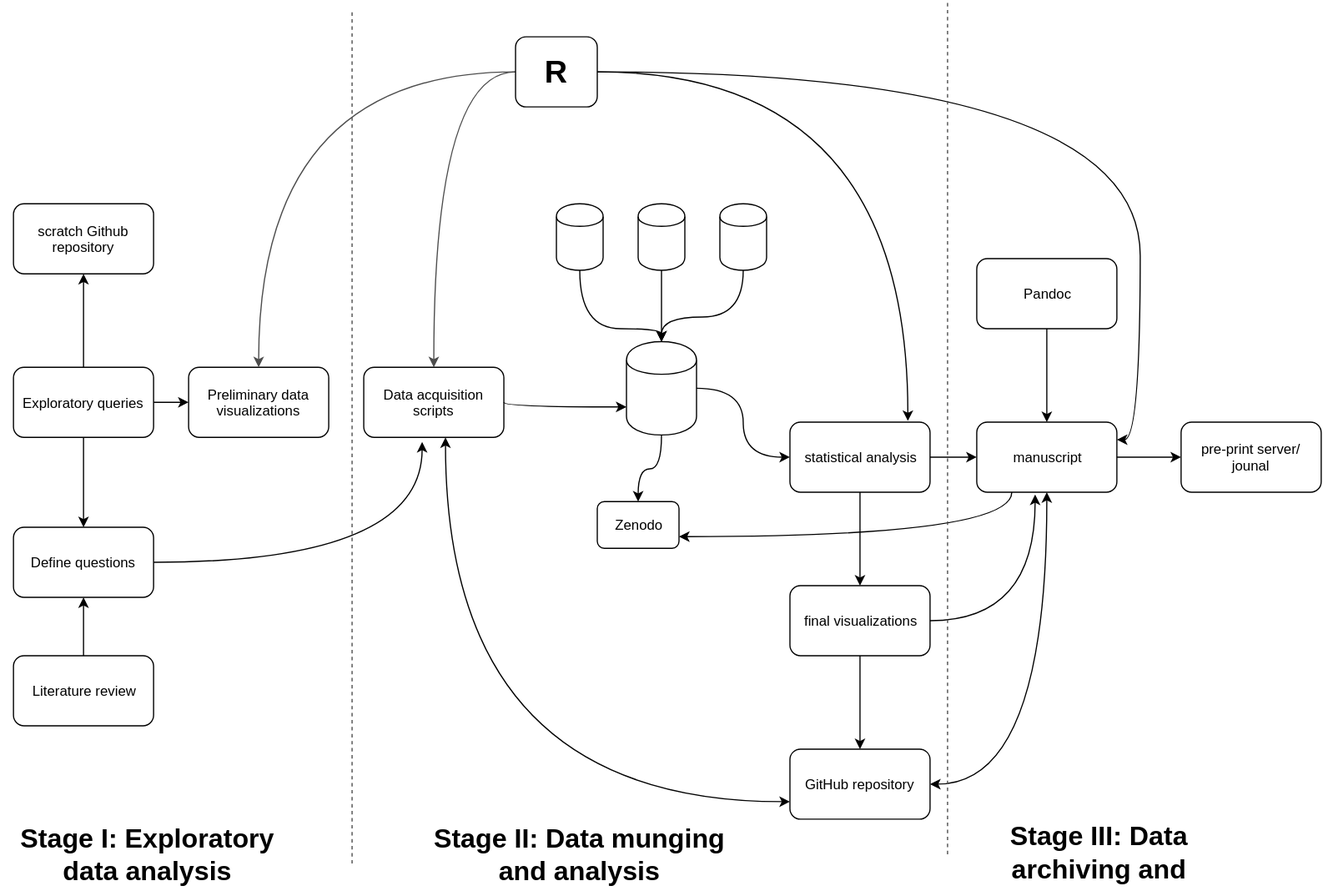
The draw.io diagram case-studies/kram.svg in BIDS/repro-case-studies, before a commit. Source tidied: cells renumbered, new cells last; positions are measured from the earlier drawing's top-left corner, leaving out a move shared by most shapes.
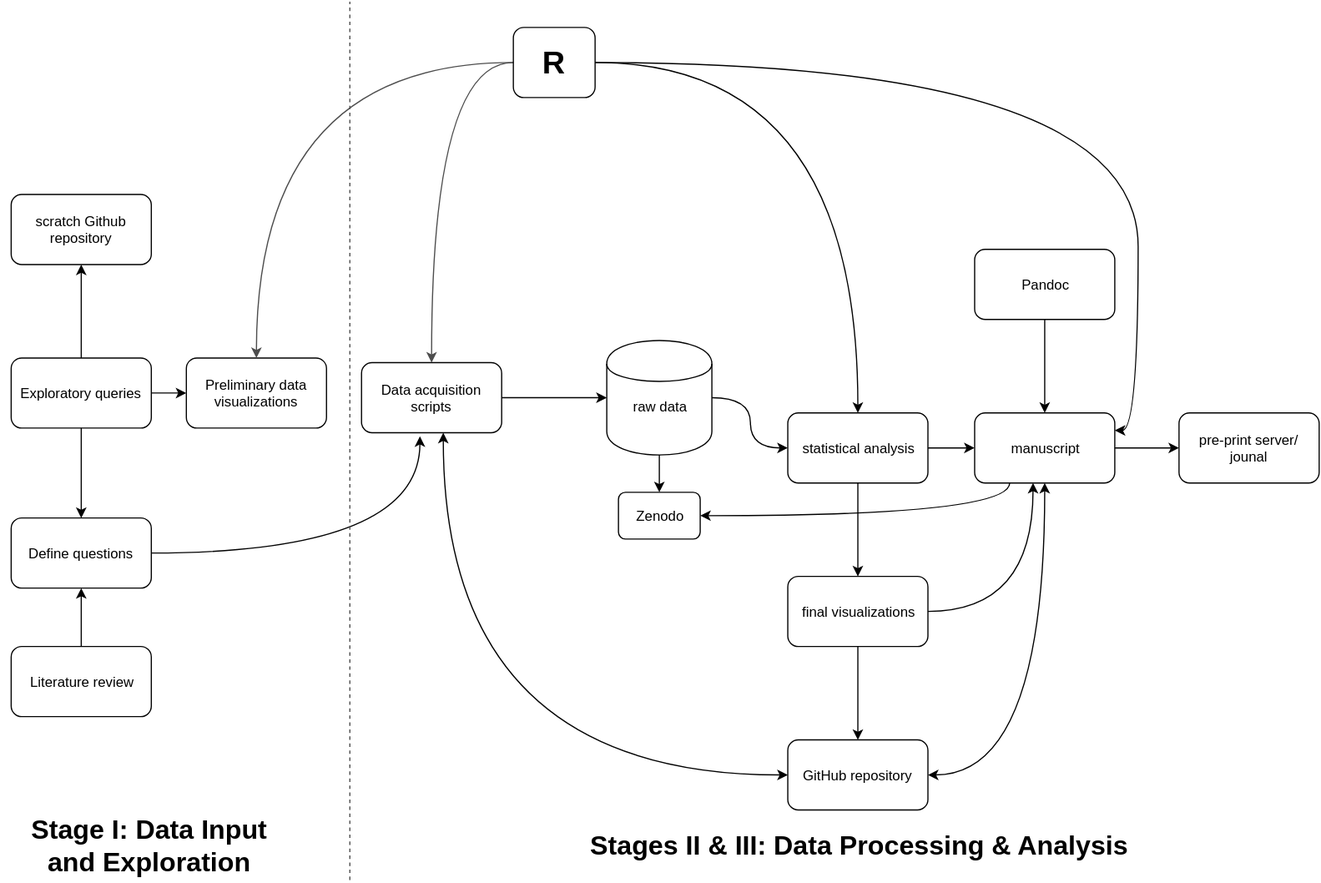
After the commit.

Commit message:
minor tweaks to kram diagram

The edit, as a diff of the source:
```diff
@@ -8,8 +8,10 @@
     <mxCell id="3" value="Literature review" style="rounded=1;whiteSpace=wrap;html=1;fillColor=none;" parent="1" vertex="1">
       <mxGeometry x="10" y="560" width="120" height="60" as="geometry" />
     </mxCell>
-    <mxCell id="4" style="edgeStyle=orthogonalEdgeStyle;curved=1;html=1;entryX=0.417;entryY=1.067;entryPerimeter=0;startArrow=none;startFill=0;jettySize=auto;" parent="1" edge="1" source="5" target="19">
-      <mxGeometry relative="1" as="geometry" />
+    <mxCell id="4" style="edgeStyle=orthogonalEdgeStyle;curved=1;html=1;startArrow=none;startFill=0;jettySize=auto;" parent="1" edge="1" source="5">
+      <mxGeometry relative="1" as="geometry">
+        <mxPoint x="360" y="380" as="targetPoint" />
+      </mxGeometry>
     </mxCell>
     <mxCell id="5" value="Define questions" style="rounded=1;whiteSpace=wrap;html=1;fillColor=none;" parent="1" vertex="1">
       <mxGeometry x="10" y="450" width="120" height="60" as="geometry" />
@@ -32,8 +34,12 @@
     <mxCell id="11" value="scratch Github repository" style="rounded=1;whiteSpace=wrap;html=1;fillColor=none;" parent="1" vertex="1">
       <mxGeometry x="10" y="173" width="120" height="60" as="geometry" />
     </mxCell>
-    <mxCell id="12" style="edgeStyle=orthogonalEdgeStyle;curved=1;html=1;entryX=0.842;entryY=-0.017;entryPerimeter=0;startArrow=none;startFill=0;jettySize=auto;" parent="1" edge="1" source="16" target="31">
-      <mxGeometry relative="1" as="geometry" />
+    <mxCell id="12" style="edgeStyle=orthogonalEdgeStyle;curved=1;html=1;entryX=0.5;entryY=0;startArrow=none;startFill=0;jettySize=auto;" parent="1" edge="1" source="16" target="31">
+      <mxGeometry relative="1" as="geometry">
+        <Array as="points">
+          <mxPoint x="735" y="60" />
+        </Array>
+      </mxGeometry>
     </mxCell>
     <mxCell id="13" style="edgeStyle=orthogonalEdgeStyle;curved=1;html=1;entryX=1;entryY=0.25;startArrow=none;startFill=0;jettySize=auto;" parent="1" edge="1" source="16" target="34">
       <mxGeometry relative="1" as="geometry" />
@@ -47,22 +53,15 @@
     <mxCell id="16" value="&lt;font style=&quot;font-size: 27px&quot;&gt;&lt;b&gt;R&lt;/b&gt;&lt;/font&gt;" style="rounded=1;whiteSpace=wrap;html=1;fillColor=none;" parent="1" vertex="1">
       <mxGeometry x="440" y="30" width="70" height="60" as="geometry" />
     </mxCell>
-    <mxCell id="17" style="edgeStyle=orthogonalEdgeStyle;curved=1;html=1;entryX=0;entryY=0.75;startArrow=classic;startFill=1;jettySize=auto;" parent="1" edge="1" source="19" target="42">
+    <mxCell id="17" style="edgeStyle=orthogonalEdgeStyle;curved=1;html=1;entryX=0;entryY=0.5;startArrow=classic;startFill=1;jettySize=auto;" parent="1" edge="1" source="19" target="42">
       <mxGeometry relative="1" as="geometry">
         <Array as="points">
-          <mxPoint x="380" y="685" />
+          <mxPoint x="380" y="670" />
         </Array>
       </mxGeometry>
     </mxCell>
-    <mxCell id="18" style="edgeStyle=orthogonalEdgeStyle;curved=1;html=1;entryX=0;entryY=0.7;startArrow=none;startFill=0;jettySize=auto;exitX=1;exitY=0.5;" parent="1" edge="1" source="19" target="22">
-      <mxGeometry relative="1" as="geometry">
-        <Array as="points">
-          <mxPoint x="430" y="347" />
-        </Array>
-      </mxGeometry>
-    </mxCell>
     <mxCell id="19" value="Data acquisition scripts" style="rounded=1;whiteSpace=wrap;html=1;fillColor=none;" parent="1" vertex="1">
-      <mxGeometry x="310" y="313" width="120" height="60" as="geometry" />
+      <mxGeometry x="310" y="317" width="120" height="60" as="geometry" />
     </mxCell>
     <mxCell id="20" style="edgeStyle=orthogonalEdgeStyle;curved=1;html=1;jettySize=auto;" parent="1" edge="1" source="22" target="31">
       <mxGeometry relative="1" as="geometry" />
@@ -70,37 +69,9 @@
     <mxCell id="21" style="edgeStyle=orthogonalEdgeStyle;curved=1;html=1;startArrow=none;startFill=0;jettySize=auto;" parent="1" edge="1" source="22" target="43">
       <mxGeometry relative="1" as="geometry" />
     </mxCell>
-    <mxCell id="22" style="shape=cylinder;whiteSpace=wrap;html=1;fillColor=none;" parent="1" vertex="1">
-      <mxGeometry x="535" y="291" width="60" height="80" as="geometry" />
+    <mxCell id="22" value="&lt;div&gt;&lt;br&gt;&lt;/div&gt;raw&amp;nbsp;&lt;span style=&quot;line-height: 1.2&quot;&gt;data&lt;/span&gt;" style="shape=cylinder;whiteSpace=wrap;html=1;fillColor=none;" parent="1" vertex="1">
+      <mxGeometry x="520" y="298" width="90" height="98" as="geometry" />
     </mxCell>
-    <mxCell id="23" style="edgeStyle=orthogonalEdgeStyle;html=1;jettySize=auto;curved=1;exitX=0.5;exitY=1;" parent="1" edge="1" source="24" target="22">
-      <mxGeometry relative="1" as="geometry">
-        <Array as="points">
-          <mxPoint x="495" y="280" />
-          <mxPoint x="565" y="280" />
-        </Array>
-      </mxGeometry>
-    </mxCell>
-    <mxCell id="24" style="shape=cylinder;whiteSpace=wrap;html=1;fillColor=none;" parent="1" vertex="1">
-      <mxGeometry x="475" y="173" width="40" height="57" as="geometry" />
-    </mxCell>
-    <mxCell id="25" style="edgeStyle=orthogonalEdgeStyle;curved=1;html=1;entryX=0.5;entryY=0;jettySize=auto;" parent="1" edge="1" source="26" target="22">
-      <mxGeometry relative="1" as="geometry" />
-    </mxCell>
-    <mxCell id="26" style="shape=cylinder;whiteSpace=wrap;html=1;fillColor=none;" parent="1" vertex="1">
-      <mxGeometry x="545" y="173" width="40" height="57" as="geometry" />
-    </mxCell>
-    <mxCell id="27" style="edgeStyle=orthogonalEdgeStyle;curved=1;html=1;jettySize=auto;exitX=0.5;exitY=1;" parent="1" edge="1" source="28" target="22">
-      <mxGeometry relative="1" as="geometry">
-        <Array as="points">
-          <mxPoint x="635" y="270" />
-          <mxPoint x="565" y="270" />
-        </Array>
-      </mxGeometry>
-    </mxCell>
-    <mxCell id="28" style="shape=cylinder;whiteSpace=wrap;html=1;fillColor=none;" parent="1" vertex="1">
-      <mxGeometry x="615" y="173" width="40" height="57" as="geometry" />
-    </mxCell>
     <mxCell id="29" style="edgeStyle=orthogonalEdgeStyle;curved=1;html=1;jettySize=auto;" parent="1" edge="1" source="31" target="40">
       <mxGeometry relative="1" as="geometry" />
     </mxCell>
@@ -113,8 +84,12 @@
     <mxCell id="32" style="edgeStyle=orthogonalEdgeStyle;curved=1;html=1;startArrow=none;startFill=0;jettySize=auto;" parent="1" edge="1" source="34" target="35">
       <mxGeometry relative="1" as="geometry" />
     </mxCell>
-    <mxCell id="33" style="edgeStyle=orthogonalEdgeStyle;curved=1;html=1;exitX=0.25;exitY=1;entryX=1;entryY=0.75;startArrow=none;startFill=0;jettySize=auto;" parent="1" edge="1" source="34" target="43">
-      <mxGeometry relative="1" as="geometry" />
+    <mxCell id="33" style="edgeStyle=orthogonalEdgeStyle;curved=1;html=1;exitX=0.25;exitY=1;entryX=1;entryY=0.5;startArrow=none;startFill=0;jettySize=auto;" parent="1" edge="1" source="34" target="43">
+      <mxGeometry relative="1" as="geometry">
+        <Array as="points">
+          <mxPoint x="865" y="448" />
+        </Array>
+      </mxGeometry>
     </mxCell>
     <mxCell id="34" value="manuscript" style="rounded=1;whiteSpace=wrap;html=1;fillColor=none;" parent="1" vertex="1">
       <mxGeometry x="835" y="360" width="120" height="60" as="geometry" />
@@ -131,8 +106,10 @@
     <mxCell id="38" style="edgeStyle=orthogonalEdgeStyle;curved=1;html=1;jettySize=auto;" parent="1" edge="1" source="40" target="42">
       <mxGeometry relative="1" as="geometry" />
     </mxCell>
-    <mxCell id="39" style="edgeStyle=orthogonalEdgeStyle;curved=1;html=1;entryX=0.417;entryY=1.033;entryPerimeter=0;startArrow=none;startFill=0;jettySize=auto;" parent="1" edge="1" source="40" target="34">
-      <mxGeometry relative="1" as="geometry" />
+    <mxCell id="39" style="edgeStyle=orthogonalEdgeStyle;curved=1;html=1;startArrow=none;startFill=0;jettySize=auto;" parent="1" edge="1" source="40">
+      <mxGeometry relative="1" as="geometry">
+        <mxPoint x="885" y="420" as="targetPoint" />
+      </mxGeometry>
     </mxCell>
     <mxCell id="40" value="final visualizations" style="rounded=1;whiteSpace=wrap;html=1;fillColor=none;" parent="1" vertex="1">
       <mxGeometry x="675" y="500" width="120" height="60" as="geometry" />
@@ -144,28 +121,22 @@
       <mxGeometry x="675" y="640" width="120" height="60" as="geometry" />
     </mxCell>
     <mxCell id="43" value="Zenodo" style="rounded=1;whiteSpace=wrap;html=1;fillColor=none;" parent="1" vertex="1">
-      <mxGeometry x="510" y="428" width="70" height="40" as="geometry" />
+      <mxGeometry x="530" y="428" width="70" height="40" as="geometry" />
     </mxCell>
-    <mxCell id="44" value="&lt;font style=&quot;font-size: 23px&quot;&gt;&lt;b&gt;Stage I: Exploratory data analysis&lt;/b&gt;&lt;/font&gt;" style="text;html=1;strokeColor=none;fillColor=none;align=center;verticalAlign=middle;whiteSpace=wrap;overflow=hidden;" parent="1" vertex="1">
-      <mxGeometry y="700" width="250" height="60" as="geometry" />
+    <mxCell id="44" value="&lt;font style=&quot;font-size: 23px&quot;&gt;&lt;b&gt;Stage I: Data Input&lt;/b&gt;&lt;/font&gt;&lt;div&gt;&lt;font style=&quot;font-size: 23px&quot;&gt;&lt;b&gt;and Exploration&lt;/b&gt;&lt;/font&gt;&lt;/div&gt;" style="text;html=1;strokeColor=none;fillColor=none;align=center;verticalAlign=middle;whiteSpace=wrap;overflow=hidden;" parent="1" vertex="1">
+      <mxGeometry x="2" y="700" width="250" height="60" as="geometry" />
     </mxCell>
-    <mxCell id="45" value="&lt;font style=&quot;font-size: 23px&quot;&gt;&lt;b&gt;Stage II: Data munging and analysis&lt;/b&gt;&lt;/font&gt;" style="text;html=1;strokeColor=none;fillColor=none;align=center;verticalAlign=middle;whiteSpace=wrap;overflow=hidden;" parent="1" vertex="1">
-      <mxGeometry x="350" y="700" width="290" height="60" as="geometry" />
+    <mxCell id="45" value="&lt;font style=&quot;font-size: 23px&quot;&gt;&lt;b&gt;Stages II &amp;amp; III: Data Processing &amp;amp; Analysis&lt;/b&gt;&lt;/font&gt;" style="text;html=1;strokeColor=none;fillColor=none;align=center;verticalAlign=middle;whiteSpace=wrap;overflow=hidden;" parent="1" vertex="1">
+      <mxGeometry x="435" y="710" width="600" height="40" as="geometry" />
     </mxCell>
-    <mxCell id="46" value="&lt;font style=&quot;font-size: 23px&quot;&gt;&lt;b&gt;Stage III: Data archiving and reporting&lt;/b&gt;&lt;/font&gt;" style="text;html=1;strokeColor=none;fillColor=none;align=center;verticalAlign=middle;whiteSpace=wrap;overflow=hidden;" parent="1" vertex="1">
-      <mxGeometry x="810" y="700" width="260" height="60" as="geometry" />
-    </mxCell>
     <mxCell id="47" style="endArrow=none;html=1;endFill=0;strokeColor=#4D4D4D;dashed=1;" parent="1" edge="1">
       <mxGeometry relative="1" as="geometry">
-        <mxPoint x="300" y="738" as="sourcePoint" />
+        <mxPoint x="300" y="760" as="sourcePoint" />
         <mxPoint x="300" y="8" as="targetPoint" />
       </mxGeometry>
     </mxCell>
-    <mxCell id="48" style="endArrow=none;html=1;endFill=0;strokeColor=#4D4D4D;dashed=1;" parent="1" edge="1">
-      <mxGeometry x="830" y="60" as="geometry">
-        <mxPoint x="810" y="730" as="sourcePoint" />
-        <mxPoint x="810" as="targetPoint" />
-      </mxGeometry>
-    </mxCell>
+    <mxCell id="18" style="edgeStyle=orthogonalEdgeStyle;rounded=0;html=1;jettySize=auto;exitX=1;exitY=0.5;entryX=0;entryY=0.5;" parent="1" edge="1" source="19" target="22">
+      <mxGeometry x="482" y="407" as="geometry" />
+    </mxCell>
   </root>
 </mxGraphModel>
```
